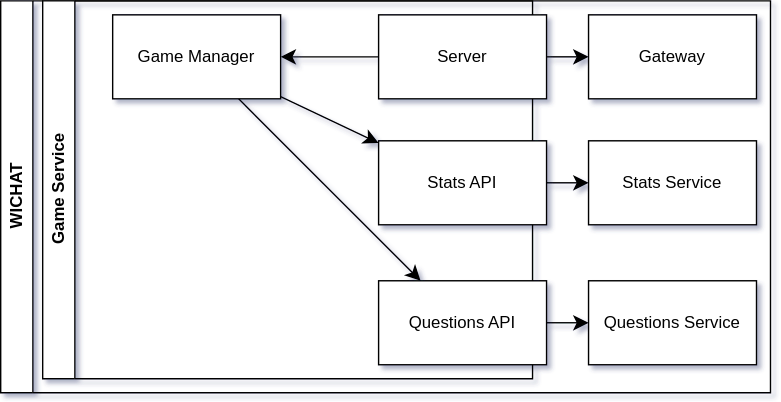
This is docs/images/build_block_view/game_service.drawio.svg from Arquisoft/wichat_en1c, a draw.io export, as it was before one commit. Source tidied: cells renumbered, new cells last; positions are measured from the earlier drawing's top-left corner, leaving out a move shared by most shapes. Source of this version:
```xml
<mxGraphModel shadow="1">
  <root>
    <mxCell id="0" />
    <mxCell id="1" parent="0" />
    <mxCell id="2" value="WICHAT" style="swimlane;horizontal=0;whiteSpace=wrap;html=1;" parent="1" vertex="1">
      <mxGeometry width="550" height="280" as="geometry" />
    </mxCell>
    <mxCell id="3" value="Gateway" style="rounded=0;whiteSpace=wrap;html=1;" parent="2" vertex="1">
      <mxGeometry x="420" y="10" width="120" height="60" as="geometry" />
    </mxCell>
    <mxCell id="4" value="Stats Service" style="rounded=0;whiteSpace=wrap;html=1;" parent="2" vertex="1">
      <mxGeometry x="420" y="100" width="120" height="60" as="geometry" />
    </mxCell>
    <mxCell id="5" value="Questions Service" style="rounded=0;whiteSpace=wrap;html=1;" parent="2" vertex="1">
      <mxGeometry x="420" y="200" width="120" height="60" as="geometry" />
    </mxCell>
    <mxCell id="6" value="Game Service" style="swimlane;horizontal=0;whiteSpace=wrap;html=1;" parent="2" vertex="1">
      <mxGeometry x="30" width="350" height="270" as="geometry" />
    </mxCell>
    <mxCell id="7" style="edgeStyle=none;curved=1;rounded=0;jettySize=auto;html=1;fontSize=12;startSize=8;endSize=8;" parent="6" edge="1" source="8" target="13">
      <mxGeometry relative="1" as="geometry" />
    </mxCell>
    <mxCell id="8" value="Server" style="whiteSpace=wrap;html=1;" parent="6" vertex="1">
      <mxGeometry x="240" y="10" width="120" height="60" as="geometry" />
    </mxCell>
    <mxCell id="9" value="Stats API" style="whiteSpace=wrap;html=1;" parent="6" vertex="1">
      <mxGeometry x="240" y="100" width="120" height="60" as="geometry" />
    </mxCell>
    <mxCell id="10" value="Questions API" style="whiteSpace=wrap;html=1;" parent="6" vertex="1">
      <mxGeometry x="240" y="200" width="120" height="60" as="geometry" />
    </mxCell>
    <mxCell id="11" style="edgeStyle=none;curved=1;rounded=0;jettySize=auto;html=1;fontSize=12;startSize=8;endSize=8;" parent="6" edge="1" source="13" target="9">
      <mxGeometry relative="1" as="geometry" />
    </mxCell>
    <mxCell id="12" style="edgeStyle=none;curved=1;rounded=0;jettySize=auto;html=1;fontSize=12;startSize=8;endSize=8;" parent="6" edge="1" source="13" target="10">
      <mxGeometry relative="1" as="geometry" />
    </mxCell>
    <mxCell id="13" value="Game Manager" style="rounded=0;whiteSpace=wrap;html=1;" parent="6" vertex="1">
      <mxGeometry x="50" y="10" width="120" height="60" as="geometry" />
    </mxCell>
    <mxCell id="14" style="edgeStyle=none;curved=1;rounded=0;jettySize=auto;html=1;fontSize=12;startSize=8;endSize=8;" parent="2" edge="1" source="8" target="3">
      <mxGeometry relative="1" as="geometry" />
    </mxCell>
    <mxCell id="15" style="edgeStyle=none;curved=1;rounded=0;jettySize=auto;html=1;fontSize=12;startSize=8;endSize=8;" parent="2" edge="1" source="9" target="4">
      <mxGeometry relative="1" as="geometry" />
    </mxCell>
    <mxCell id="16" style="edgeStyle=none;curved=1;rounded=0;jettySize=auto;html=1;fontSize=12;startSize=8;endSize=8;" parent="2" edge="1" source="10" target="5">
      <mxGeometry relative="1" as="geometry" />
    </mxCell>
  </root>
</mxGraphModel>
```
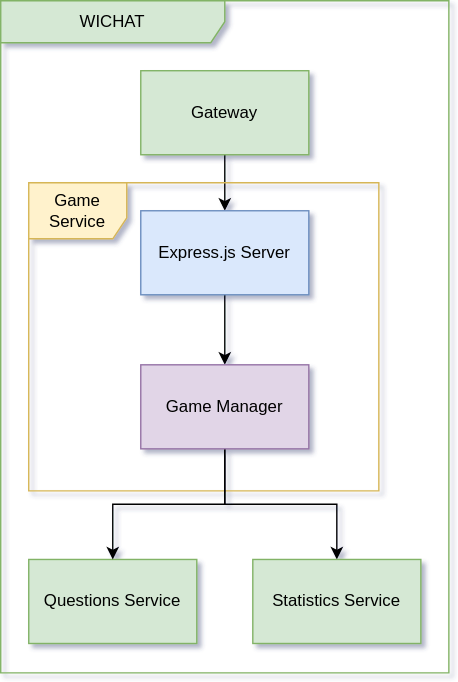
Above is the later version.

What changed in the source:
```diff
@@ -2,50 +2,38 @@
   <root>
     <mxCell id="0" />
     <mxCell id="1" parent="0" />
-    <mxCell id="2" value="WICHAT" style="swimlane;horizontal=0;whiteSpace=wrap;html=1;" parent="1" vertex="1">
-      <mxGeometry width="550" height="280" as="geometry" />
+    <mxCell id="2" value="WICHAT" style="shape=umlFrame;whiteSpace=wrap;html=1;width=160;fillColor=#d5e8d4;strokeColor=#82b366;" parent="1" vertex="1">
+      <mxGeometry width="320" height="480" as="geometry" />
     </mxCell>
-    <mxCell id="3" value="Gateway" style="rounded=0;whiteSpace=wrap;html=1;" parent="2" vertex="1">
-      <mxGeometry x="420" y="10" width="120" height="60" as="geometry" />
+    <mxCell id="3" style="edgeStyle=orthogonalEdgeStyle;rounded=0;jettySize=auto;html=1;" parent="2" edge="1" source="4" target="7">
+      <mxGeometry relative="1" as="geometry" />
     </mxCell>
-    <mxCell id="4" value="Stats Service" style="rounded=0;whiteSpace=wrap;html=1;" parent="2" vertex="1">
-      <mxGeometry x="420" y="100" width="120" height="60" as="geometry" />
+    <mxCell id="4" value="Gateway" style="rounded=0;whiteSpace=wrap;html=1;fillColor=#d5e8d4;strokeColor=#82b366;" parent="2" vertex="1">
+      <mxGeometry x="100" y="50" width="120" height="60" as="geometry" />
     </mxCell>
-    <mxCell id="5" value="Questions Service" style="rounded=0;whiteSpace=wrap;html=1;" parent="2" vertex="1">
-      <mxGeometry x="420" y="200" width="120" height="60" as="geometry" />
+    <mxCell id="5" value="Game Service" style="shape=umlFrame;whiteSpace=wrap;html=1;fillColor=#fff2cc;strokeColor=#d6b656;fillStyle=auto;width=70;height=40;" parent="2" vertex="1">
+      <mxGeometry x="20" y="130" width="250" height="220" as="geometry" />
     </mxCell>
-    <mxCell id="6" value="Game Service" style="swimlane;horizontal=0;whiteSpace=wrap;html=1;" parent="2" vertex="1">
-      <mxGeometry x="30" width="350" height="270" as="geometry" />
+    <mxCell id="6" style="edgeStyle=orthogonalEdgeStyle;rounded=0;jettySize=auto;html=1;" parent="2" edge="1" source="7" target="11">
+      <mxGeometry relative="1" as="geometry" />
     </mxCell>
-    <mxCell id="7" style="edgeStyle=none;curved=1;rounded=0;jettySize=auto;html=1;fontSize=12;startSize=8;endSize=8;" parent="6" edge="1" source="8" target="13">
-      <mxGeometry relative="1" as="geometry" />
+    <mxCell id="7" value="Express.js Server" style="rounded=0;whiteSpace=wrap;html=1;fillColor=#dae8fc;strokeColor=#6c8ebf;" parent="2" vertex="1">
+      <mxGeometry x="100" y="150" width="120" height="60" as="geometry" />
     </mxCell>
-    <mxCell id="8" value="Server" style="whiteSpace=wrap;html=1;" parent="6" vertex="1">
-      <mxGeometry x="240" y="10" width="120" height="60" as="geometry" />
+    <mxCell id="8" value="Questions Service" style="rounded=0;whiteSpace=wrap;html=1;fillColor=#d5e8d4;strokeColor=#82b366;" parent="2" vertex="1">
+      <mxGeometry x="20" y="399" width="120" height="60" as="geometry" />
     </mxCell>
-    <mxCell id="9" value="Stats API" style="whiteSpace=wrap;html=1;" parent="6" vertex="1">
-      <mxGeometry x="240" y="100" width="120" height="60" as="geometry" />
+    <mxCell id="9" style="edgeStyle=orthogonalEdgeStyle;rounded=0;jettySize=auto;html=1;" parent="2" edge="1" source="11" target="8">
+      <mxGeometry relative="1" as="geometry" />
     </mxCell>
-    <mxCell id="10" value="Questions API" style="whiteSpace=wrap;html=1;" parent="6" vertex="1">
-      <mxGeometry x="240" y="200" width="120" height="60" as="geometry" />
+    <mxCell id="10" style="edgeStyle=orthogonalEdgeStyle;rounded=0;jettySize=auto;html=1;" parent="2" edge="1" source="11" target="12">
+      <mxGeometry relative="1" as="geometry" />
     </mxCell>
-    <mxCell id="11" style="edgeStyle=none;curved=1;rounded=0;jettySize=auto;html=1;fontSize=12;startSize=8;endSize=8;" parent="6" edge="1" source="13" target="9">
-      <mxGeometry relative="1" as="geometry" />
+    <mxCell id="11" value="Game Manager" style="whiteSpace=wrap;html=1;fillColor=#e1d5e7;strokeColor=#9673a6;" parent="2" vertex="1">
+      <mxGeometry x="100" y="260" width="120" height="60" as="geometry" />
     </mxCell>
-    <mxCell id="12" style="edgeStyle=none;curved=1;rounded=0;jettySize=auto;html=1;fontSize=12;startSize=8;endSize=8;" parent="6" edge="1" source="13" target="10">
-      <mxGeometry relative="1" as="geometry" />
+    <mxCell id="12" value="Statistics Service" style="rounded=0;whiteSpace=wrap;html=1;fillColor=#d5e8d4;strokeColor=#82b366;" parent="2" vertex="1">
+      <mxGeometry x="180" y="399" width="120" height="60" as="geometry" />
     </mxCell>
-    <mxCell id="13" value="Game Manager" style="rounded=0;whiteSpace=wrap;html=1;" parent="6" vertex="1">
-      <mxGeometry x="50" y="10" width="120" height="60" as="geometry" />
-    </mxCell>
-    <mxCell id="14" style="edgeStyle=none;curved=1;rounded=0;jettySize=auto;html=1;fontSize=12;startSize=8;endSize=8;" parent="2" edge="1" source="8" target="3">
-      <mxGeometry relative="1" as="geometry" />
-    </mxCell>
-    <mxCell id="15" style="edgeStyle=none;curved=1;rounded=0;jettySize=auto;html=1;fontSize=12;startSize=8;endSize=8;" parent="2" edge="1" source="9" target="4">
-      <mxGeometry relative="1" as="geometry" />
-    </mxCell>
-    <mxCell id="16" style="edgeStyle=none;curved=1;rounded=0;jettySize=auto;html=1;fontSize=12;startSize=8;endSize=8;" parent="2" edge="1" source="10" target="5">
-      <mxGeometry relative="1" as="geometry" />
-    </mxCell>
   </root>
 </mxGraphModel>
```
